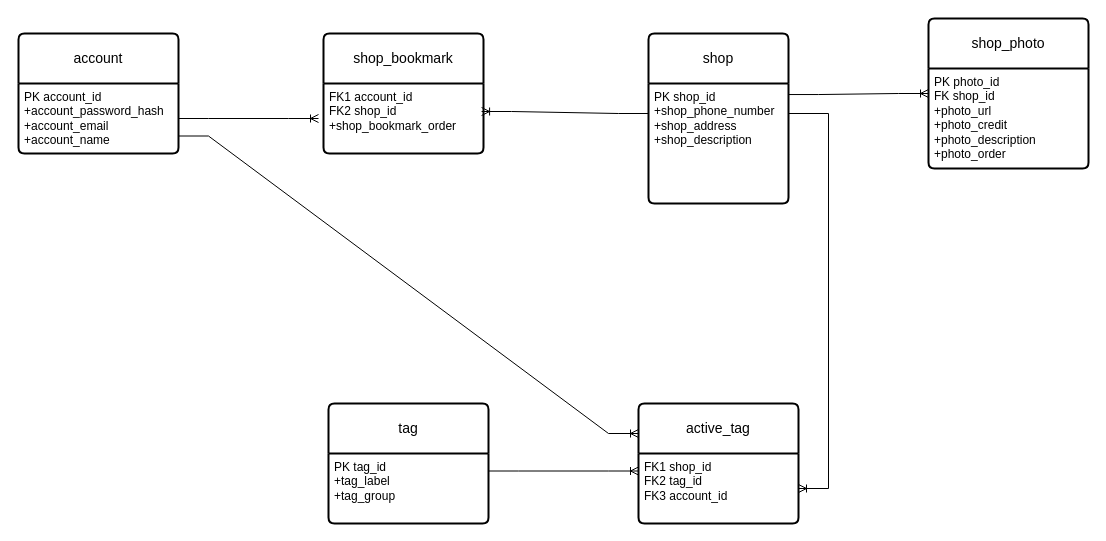
Earlier version of the draw.io diagram documentation/ERD.drawio (cohort-web-43-coffee/coffee-capstone). Source tidied: cells renumbered, new cells numbered last; positions are measured from the earlier drawing's top-left corner, leaving out a move shared by most shapes. Both pictures are drawn from the tidied source at 100%, with x=0, y=0 at pixel (18, 18).
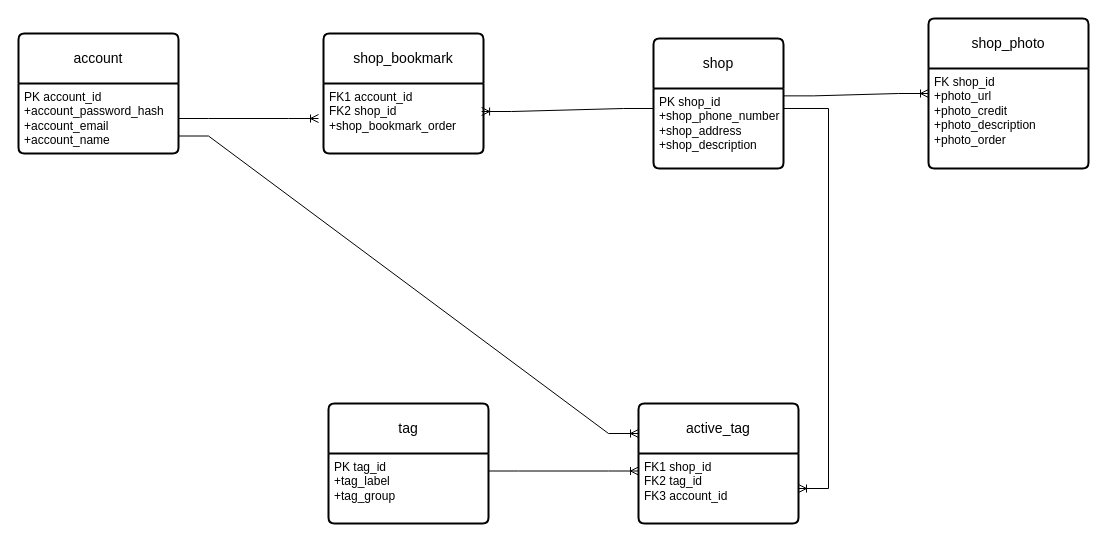
The same diagram, later.

Commit message:
Remove primary key from shop_photo

The change refers to these unchanged cells:
```xml
<mxCell id="16" value="shop_photo" style="swimlane;horizontal=1;startSize=50;rounded=1;fontSize=14;fontStyle=0;strokeWidth=2;shadow=0;dashed=0;align=center;arcSize=4;whiteSpace=wrap;html=1;" parent="1" vertex="1">
  <mxGeometry x="910" width="160" height="150" as="geometry" />
</mxCell>
```

Change to the diagram source:
```diff
@@
     <mxCell id="4" value="shop" style="swimlane;horizontal=1;startSize=50;rounded=1;fontSize=14;fontStyle=0;strokeWidth=2;shadow=0;dashed=0;align=center;arcSize=4;whiteSpace=wrap;html=1;direction=east;" parent="1" vertex="1">
-      <mxGeometry x="630" y="15" width="140" height="170" as="geometry" />
+      <mxGeometry x="635" y="20" width="130" height="130" as="geometry" />
     </mxCell>
     <mxCell id="5" value="PK shop_id&lt;br&gt;+shop_phone_number&lt;br&gt;+shop_address&lt;br&gt;+shop_description" style="align=left;strokeColor=none;fillColor=none;spacingLeft=4;fontSize=12;verticalAlign=top;html=1;" parent="4" vertex="1">
-      <mxGeometry y="50" width="140" height="120" as="geometry" />
+      <mxGeometry y="50" width="130" height="80" as="geometry" />
     </mxCell>
@@
-    <mxCell id="17" value="PK photo_id&lt;br&gt;FK shop_id&lt;br&gt;+photo_url&lt;br&gt;+photo_credit&lt;br&gt;+photo_description&lt;br&gt;+photo_order" style="align=left;strokeColor=none;fillColor=none;spacingLeft=4;fontSize=12;verticalAlign=top;html=1;" parent="16" vertex="1">
+    <mxCell id="17" value="FK shop_id&lt;br&gt;+photo_url&lt;br&gt;+photo_credit&lt;br&gt;+photo_description&lt;br&gt;+photo_order" style="align=left;strokeColor=none;fillColor=none;spacingLeft=4;fontSize=12;verticalAlign=top;html=1;" parent="16" vertex="1">
       <mxGeometry y="50" width="160" height="100" as="geometry" />
     </mxCell>
```
